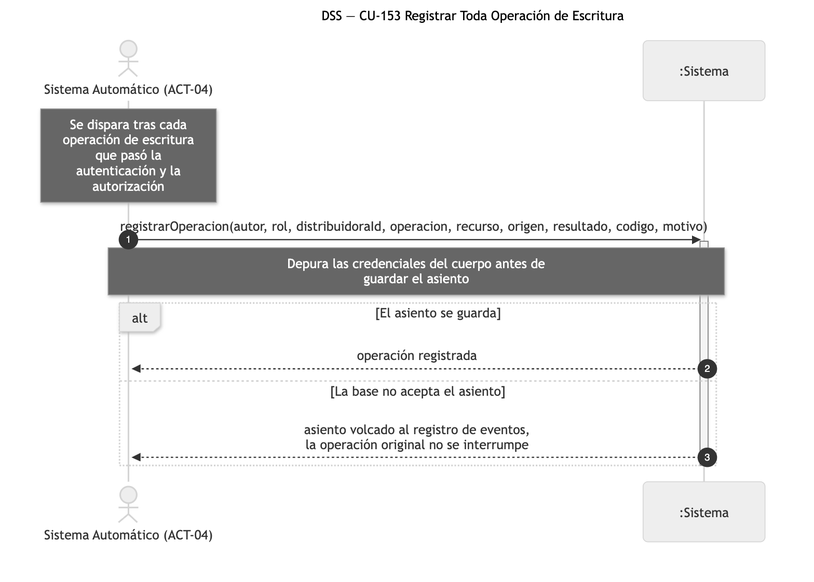
Before: diagramas/png/DSS_CU-153_Registrar-Toda-Operacion-De-Escritura.png, a diagram exported from Mermaid (Nahuelito-Dev/splg-docs). Its source is kept beside it as diagramas/DSS_CU-153_Registrar-Toda-Operacion-De-Escritura.mmd.
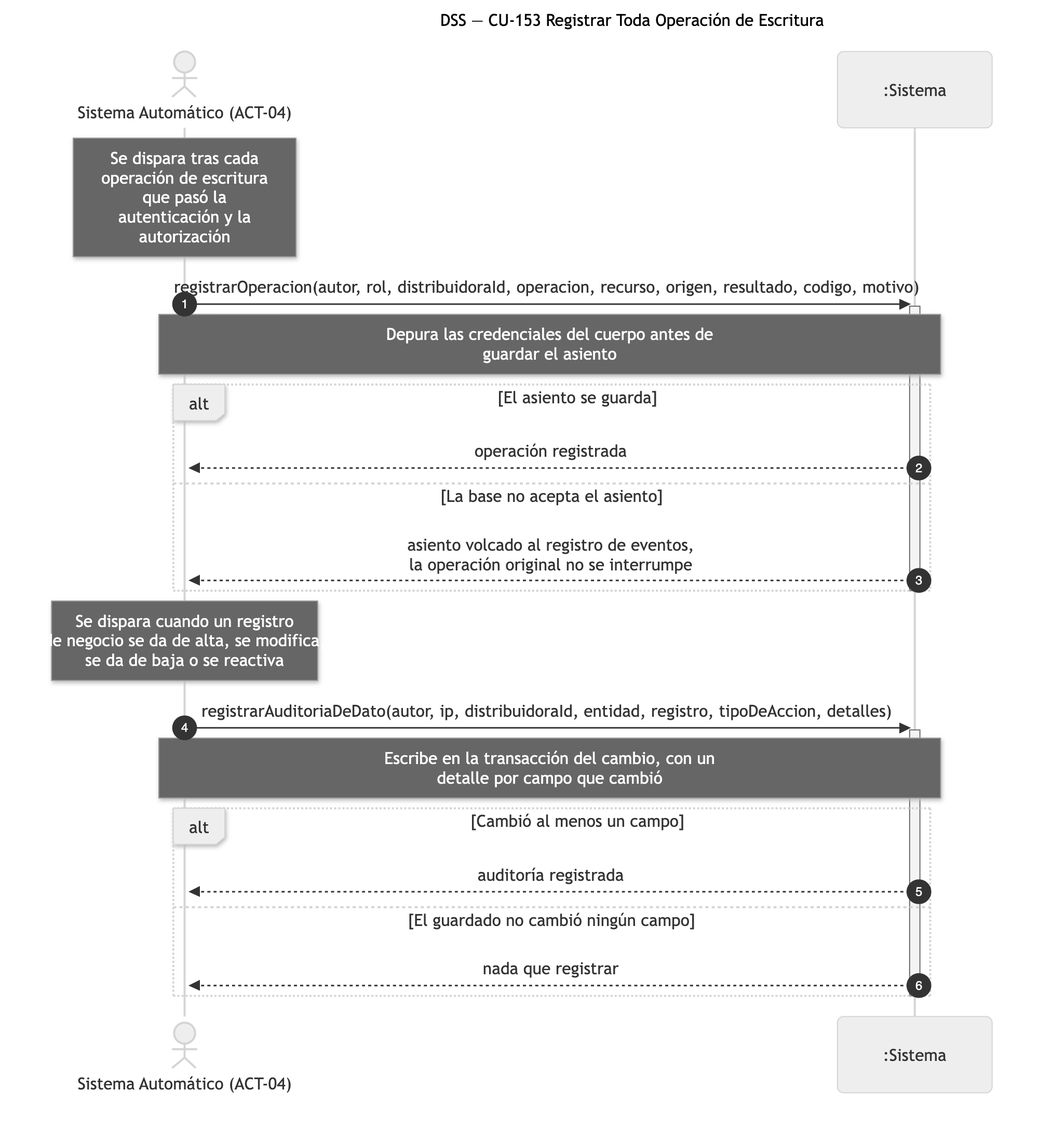
The same diagram one commit later.

The edit, as a diff of the source:
```diff
@@ -14,3 +14,14 @@
         SIS-->>SAU: asiento volcado al registro de eventos,<br/>la operación original no se interrumpe
     end
     deactivate SIS
+
+    Note over SAU: Se dispara cuando un registro<br/>de negocio se da de alta, se modifica,<br/>se da de baja o se reactiva
+    SAU->>SIS: registrarAuditoriaDeDato(autor, ip, distribuidoraId, entidad, registro, tipoDeAccion, detalles)
+    activate SIS
+    Note over SAU,SIS: Escribe en la transacción del cambio, con un<br/>detalle por campo que cambió
+    alt Cambió al menos un campo
+        SIS-->>SAU: auditoría registrada
+    else El guardado no cambió ningún campo
+        SIS-->>SAU: nada que registrar
+    end
+    deactivate SIS
```
